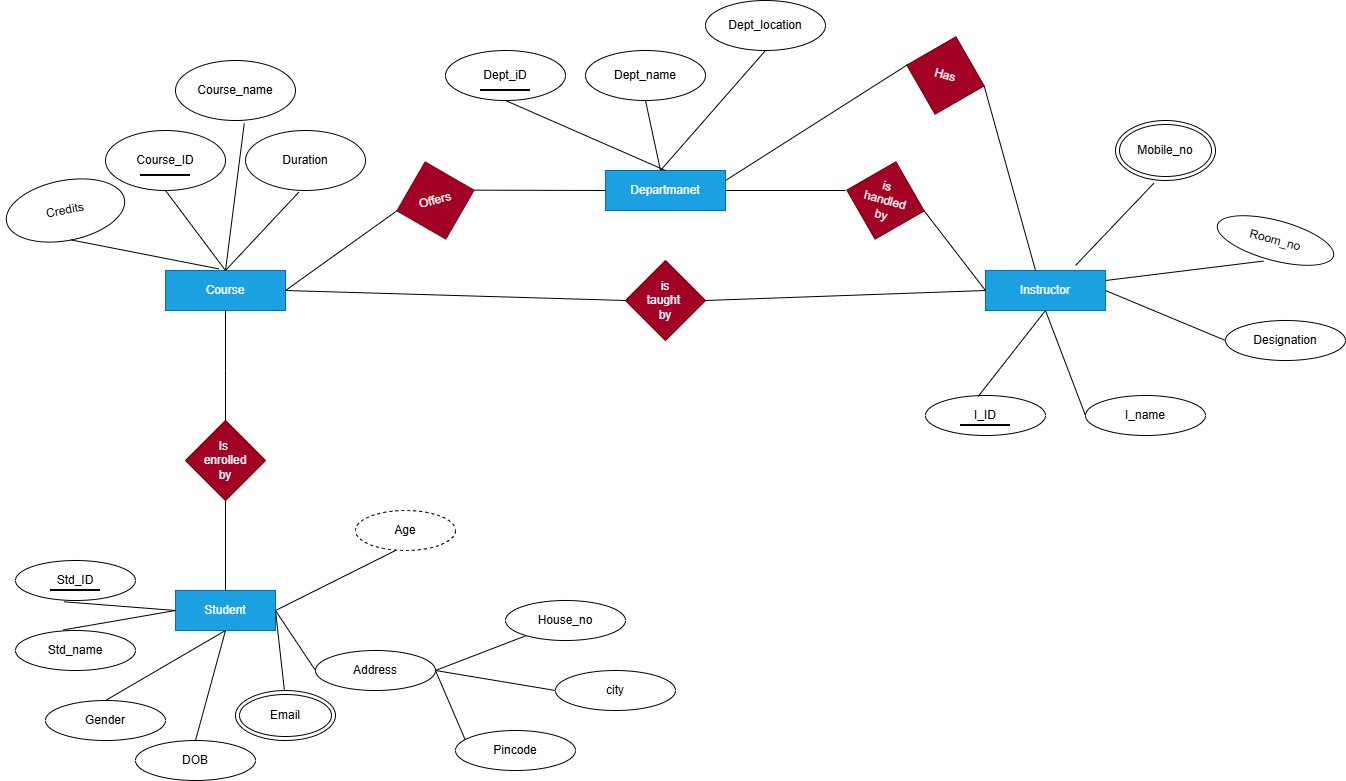
Before: exp1.png, a diagram exported from draw.io (nayanavnair01/DBMS). Source tidied: cells renumbered, new cells last; positions are measured from the earlier drawing's top-left corner, leaving out a move shared by most shapes.
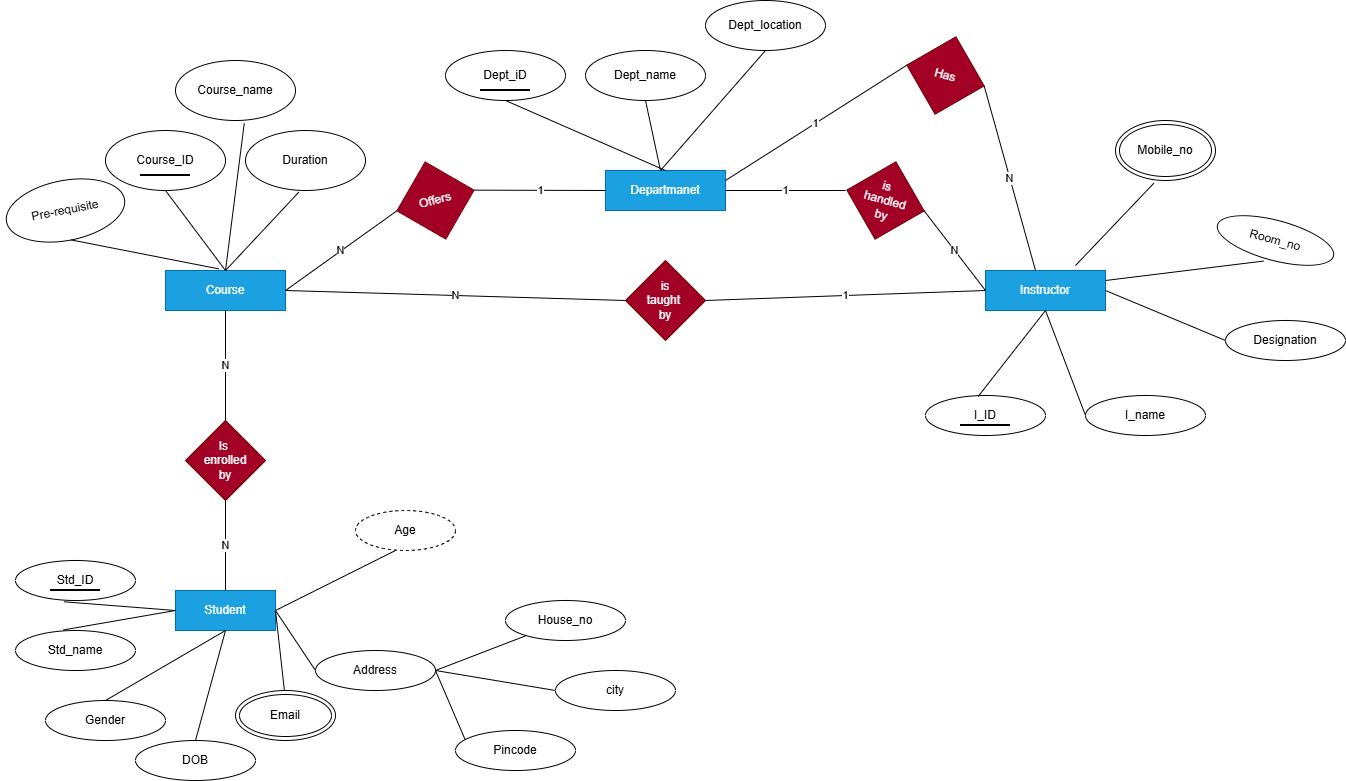
After the change.

Change to the diagram source:
```diff
@@ -33,7 +33,7 @@
     <mxCell id="10" value="Course_ID" style="ellipse;whiteSpace=wrap;html=1;" parent="1" vertex="1">
       <mxGeometry x="100" y="130" width="120" height="60" as="geometry" />
     </mxCell>
-    <mxCell id="11" value="Credits" style="ellipse;whiteSpace=wrap;html=1;rotation=-11;" parent="1" vertex="1">
+    <mxCell id="11" value="Pre-requisite" style="ellipse;whiteSpace=wrap;html=1;rotation=-11;" parent="1" vertex="1">
       <mxGeometry y="180" width="120" height="60" as="geometry" />
     </mxCell>
     <mxCell id="12" value="Duration" style="ellipse;whiteSpace=wrap;html=1;" parent="1" vertex="1">
@@ -61,10 +61,10 @@
     <mxCell id="18" value="Offers" style="rhombus;whiteSpace=wrap;html=1;direction=west;rotation=-15;fillColor=#a20025;fontColor=#ffffff;strokeColor=#6F0000;" parent="1" vertex="1">
       <mxGeometry x="390" y="160" width="80" height="80" as="geometry" />
     </mxCell>
-    <mxCell id="19" style="endArrow=none;html=1;rounded=0;entryX=0;entryY=0.5;entryDx=0;entryDy=0;exitX=0;exitY=0.5;exitDx=0;exitDy=0;" parent="1" edge="1" source="18" target="2">
+    <mxCell id="19" value="1" style="endArrow=none;html=1;rounded=0;entryX=0;entryY=0.5;entryDx=0;entryDy=0;exitX=0;exitY=0.5;exitDx=0;exitDy=0;" parent="1" edge="1" source="18" target="2">
       <mxGeometry relative="1" as="geometry" />
     </mxCell>
-    <mxCell id="20" style="endArrow=none;html=1;rounded=0;exitX=1;exitY=0.5;exitDx=0;exitDy=0;entryX=1;entryY=0.5;entryDx=0;entryDy=0;" parent="1" edge="1" source="9" target="18">
+    <mxCell id="20" value="N" style="endArrow=none;html=1;rounded=0;exitX=1;exitY=0.5;exitDx=0;exitDy=0;entryX=1;entryY=0.5;entryDx=0;entryDy=0;" parent="1" edge="1" source="9" target="18">
       <mxGeometry relative="1" as="geometry" />
     </mxCell>
     <mxCell id="21" value="Instructor" style="rounded=0;whiteSpace=wrap;html=1;fillColor=#1ba1e2;fontColor=#ffffff;strokeColor=#006EAF;" parent="1" vertex="1">
@@ -110,10 +110,10 @@
     <mxCell id="32" value="is&amp;nbsp;&lt;div&gt;handled&lt;/div&gt;&lt;div&gt;by&lt;/div&gt;" style="rhombus;whiteSpace=wrap;html=1;rotation=15;fillColor=#a20025;fontColor=#ffffff;strokeColor=#6F0000;" parent="1" vertex="1">
       <mxGeometry x="840" y="160" width="80" height="80" as="geometry" />
     </mxCell>
-    <mxCell id="33" style="endArrow=none;html=1;rounded=0;entryX=0;entryY=0.5;entryDx=0;entryDy=0;exitX=1;exitY=0.5;exitDx=0;exitDy=0;" parent="1" edge="1" source="32" target="21">
+    <mxCell id="33" value="N" style="endArrow=none;html=1;rounded=0;entryX=0;entryY=0.5;entryDx=0;entryDy=0;exitX=1;exitY=0.5;exitDx=0;exitDy=0;" parent="1" edge="1" source="32" target="21">
       <mxGeometry relative="1" as="geometry" />
     </mxCell>
-    <mxCell id="34" style="endArrow=none;html=1;rounded=0;exitX=1;exitY=0.5;exitDx=0;exitDy=0;" parent="1" edge="1" source="2">
+    <mxCell id="34" value="1" style="endArrow=none;html=1;rounded=0;exitX=1;exitY=0.5;exitDx=0;exitDy=0;" parent="1" edge="1" source="2">
       <mxGeometry relative="1" as="geometry">
         <mxPoint x="840" y="190" as="targetPoint" />
       </mxGeometry>
@@ -121,10 +121,10 @@
     <mxCell id="35" value="Has" style="rhombus;whiteSpace=wrap;html=1;rotation=15;fillColor=#a20025;fontColor=#ffffff;strokeColor=#6F0000;" parent="1" vertex="1">
       <mxGeometry x="900" y="35" width="80" height="80" as="geometry" />
     </mxCell>
-    <mxCell id="36" style="endArrow=none;html=1;rounded=0;entryX=0;entryY=0.5;entryDx=0;entryDy=0;exitX=1;exitY=0.25;exitDx=0;exitDy=0;" parent="1" edge="1" source="2" target="35">
+    <mxCell id="36" value="1" style="endArrow=none;html=1;rounded=0;entryX=0;entryY=0.5;entryDx=0;entryDy=0;exitX=1;exitY=0.25;exitDx=0;exitDy=0;" parent="1" edge="1" source="2" target="35">
       <mxGeometry relative="1" as="geometry" />
     </mxCell>
-    <mxCell id="37" style="endArrow=none;html=1;rounded=0;exitX=1;exitY=0.5;exitDx=0;exitDy=0;" parent="1" edge="1" source="35">
+    <mxCell id="37" value="N" style="endArrow=none;html=1;rounded=0;exitX=1;exitY=0.5;exitDx=0;exitDy=0;" parent="1" edge="1" source="35">
       <mxGeometry relative="1" as="geometry">
         <mxPoint x="1030" y="270" as="targetPoint" />
       </mxGeometry>
@@ -137,12 +137,12 @@
     <mxCell id="39" value="is&lt;div&gt;taught&amp;nbsp;&lt;/div&gt;&lt;div&gt;by&lt;/div&gt;" style="rhombus;whiteSpace=wrap;html=1;fillColor=#a20025;fontColor=#ffffff;strokeColor=#6F0000;" parent="1" vertex="1">
       <mxGeometry x="620" y="260" width="80" height="80" as="geometry" />
     </mxCell>
-    <mxCell id="40" style="endArrow=none;html=1;rounded=0;entryX=0;entryY=0.5;entryDx=0;entryDy=0;" parent="1" edge="1" target="39">
+    <mxCell id="40" value="N" style="endArrow=none;html=1;rounded=0;entryX=0;entryY=0.5;entryDx=0;entryDy=0;" parent="1" edge="1" target="39">
       <mxGeometry relative="1" as="geometry">
         <mxPoint x="280" y="290" as="sourcePoint" />
       </mxGeometry>
     </mxCell>
-    <mxCell id="41" style="endArrow=none;html=1;rounded=0;exitX=1;exitY=0.5;exitDx=0;exitDy=0;" parent="1" edge="1" source="39">
+    <mxCell id="41" value="1" style="endArrow=none;html=1;rounded=0;exitX=1;exitY=0.5;exitDx=0;exitDy=0;" parent="1" edge="1" source="39">
       <mxGeometry relative="1" as="geometry">
         <mxPoint x="980" y="290" as="targetPoint" />
       </mxGeometry>
@@ -150,7 +150,7 @@
     <mxCell id="42" value="Is&amp;nbsp;&lt;div&gt;enrolled&lt;/div&gt;&lt;div&gt;by&lt;/div&gt;" style="rhombus;whiteSpace=wrap;html=1;fillColor=#a20025;fontColor=#ffffff;strokeColor=#6F0000;" parent="1" vertex="1">
       <mxGeometry x="180" y="420" width="80" height="80" as="geometry" />
     </mxCell>
-    <mxCell id="43" style="endArrow=none;html=1;rounded=0;entryX=0.5;entryY=1;entryDx=0;entryDy=0;exitX=0.5;exitY=0;exitDx=0;exitDy=0;" parent="1" edge="1" source="42" target="9">
+    <mxCell id="43" value="N" style="endArrow=none;html=1;rounded=0;entryX=0.5;entryY=1;entryDx=0;entryDy=0;exitX=0.5;exitY=0;exitDx=0;exitDy=0;" parent="1" edge="1" source="42" target="9">
       <mxGeometry relative="1" as="geometry">
         <Array as="points">
           <mxPoint x="220" y="370" />
@@ -160,7 +160,7 @@
     <mxCell id="44" value="Student" style="rounded=0;whiteSpace=wrap;html=1;fillColor=#1ba1e2;fontColor=#ffffff;strokeColor=#006EAF;" parent="1" vertex="1">
       <mxGeometry x="170" y="590" width="100" height="40" as="geometry" />
     </mxCell>
-    <mxCell id="45" style="endArrow=none;html=1;rounded=0;entryX=0.5;entryY=1;entryDx=0;entryDy=0;exitX=0.5;exitY=0;exitDx=0;exitDy=0;" parent="1" edge="1" source="44" target="42">
+    <mxCell id="45" value="N" style="endArrow=none;html=1;rounded=0;entryX=0.5;entryY=1;entryDx=0;entryDy=0;exitX=0.5;exitY=0;exitDx=0;exitDy=0;" parent="1" edge="1" source="44" target="42">
       <mxGeometry relative="1" as="geometry" />
     </mxCell>
     <mxCell id="46" value="Std_ID" style="ellipse;whiteSpace=wrap;html=1;" parent="1" vertex="1">
```
